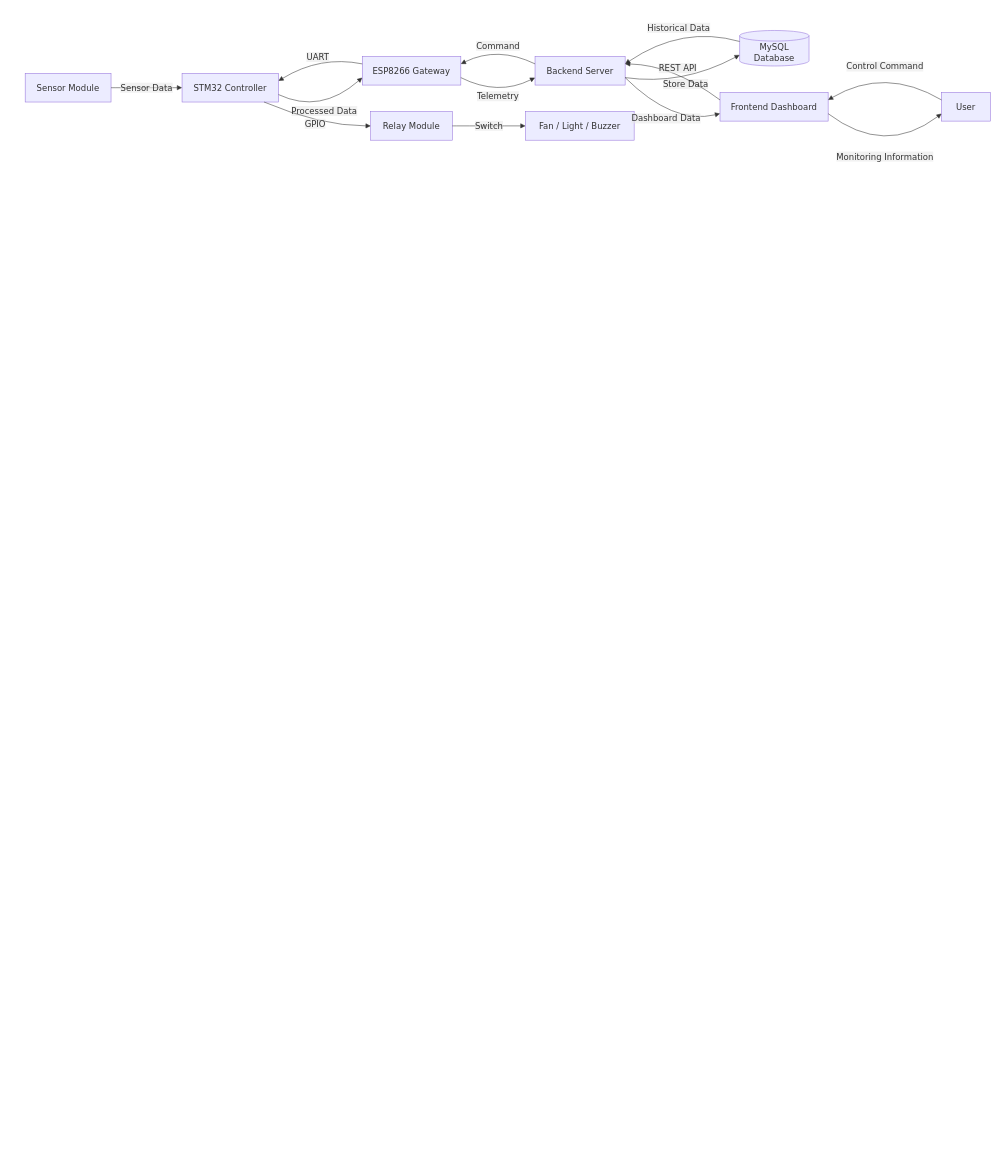
The draw.io diagram docs/architecture/data-flow.drawio in jostran1406/Phase_2_Group_11, before the edit. Source tidied: cells renumbered, new cells numbered last; positions are measured from the earlier drawing's top-left corner, leaving out a move shared by most shapes. Both pictures are drawn from the tidied source at 53%, with x=0, y=0 at pixel (9, 9).
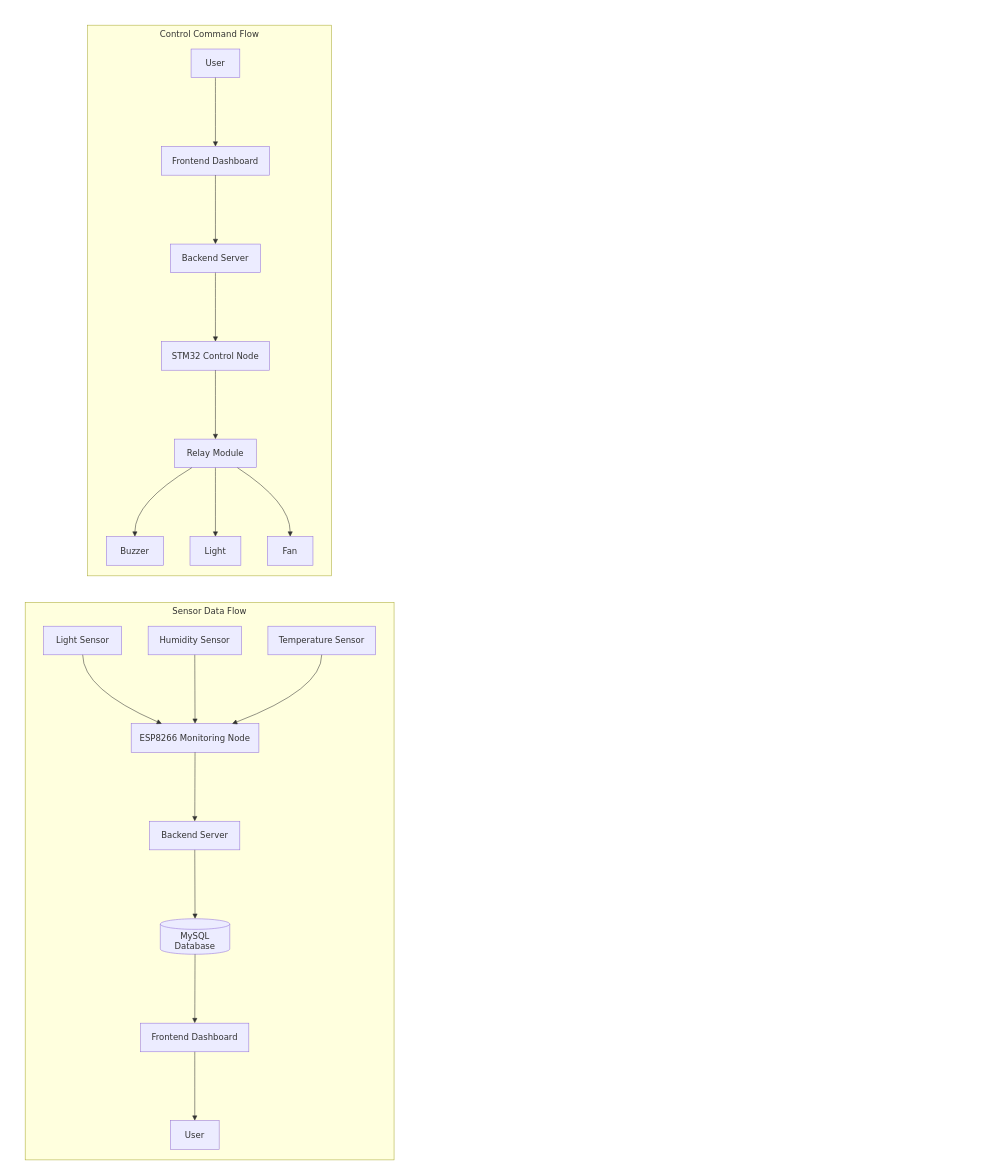
Above is the later version.

Commit message (it also covers changes not shown here):
Refactor SP1_08: update architecture, communication, data flow and sequence diagrams

The change refers to these unchanged cells:
```xml
<mxCell id="2" style="group;transparentBounds=1;editIcon=1;lockedGroup=0;groupPadding=10;" parent="1" vertex="1">
  <mxGeometry as="geometry" />
</mxCell>
```

What changed in the source:
```diff
@@
-    <mxCell id="3" value="Sensor Module" style="html=1;whiteSpace=wrap;strokeWidth=1;fillColor=light-dark(#ECECFF,#1f2020);strokeColor=light-dark(#9370DB,#cccccc);fontColor=light-dark(#333333,#cccccc);fontFamily=Trebuchet MS,Verdana,Arial,sans-serif;fontSize=16;" parent="2" vertex="1">
-      <mxGeometry x="30" y="121" width="162" height="54" as="geometry" />
-    </mxCell>
-    <mxCell id="4" value="STM32 Controller" style="html=1;whiteSpace=wrap;strokeWidth=1;fillColor=light-dark(#ECECFF,#1f2020);strokeColor=light-dark(#9370DB,#cccccc);fontColor=light-dark(#333333,#cccccc);fontFamily=Trebuchet MS,Verdana,Arial,sans-serif;fontSize=16;" parent="2" vertex="1">
-      <mxGeometry x="326" y="121" width="182" height="54" as="geometry" />
-    </mxCell>
-    <mxCell id="5" value="ESP8266 Gateway" style="html=1;whiteSpace=wrap;strokeWidth=1;fillColor=light-dark(#ECECFF,#1f2020);strokeColor=light-dark(#9370DB,#cccccc);fontColor=light-dark(#333333,#cccccc);fontFamily=Trebuchet MS,Verdana,Arial,sans-serif;fontSize=16;" parent="2" vertex="1">
-      <mxGeometry x="666" y="89" width="186" height="54" as="geometry" />
-    </mxCell>
-    <mxCell id="6" value="Backend Server" style="html=1;whiteSpace=wrap;strokeWidth=1;fillColor=light-dark(#ECECFF,#1f2020);strokeColor=light-dark(#9370DB,#cccccc);fontColor=light-dark(#333333,#cccccc);fontFamily=Trebuchet MS,Verdana,Arial,sans-serif;fontSize=16;" parent="2" vertex="1">
-      <mxGeometry x="992" y="89" width="170" height="54" as="geometry" />
-    </mxCell>
+    <mxCell id="25" value="Control Command Flow" style="html=1;whiteSpace=wrap;strokeWidth=1;verticalAlign=top;fillColor=light-dark(#ffffde,#1f2020);strokeColor=light-dark(#aaaa33,#cccccc);fontColor=light-dark(#333333,#cccccc);fontFamily=Trebuchet MS,Verdana,Arial,sans-serif;fontSize=16;" parent="2" vertex="1">
+      <mxGeometry x="148" y="30" width="460" height="1039" as="geometry" />
+    </mxCell>
+    <mxCell id="26" value="User" style="html=1;whiteSpace=wrap;strokeWidth=1;fillColor=light-dark(#ECECFF,#1f2020);strokeColor=light-dark(#9370DB,#cccccc);fontColor=light-dark(#333333,#cccccc);fontFamily=Trebuchet MS,Verdana,Arial,sans-serif;fontSize=16;" parent="25" vertex="1">
+      <mxGeometry x="195" y="45" width="92" height="54" as="geometry" />
+    </mxCell>
+    <mxCell id="27" value="Frontend Dashboard" style="html=1;whiteSpace=wrap;strokeWidth=1;fillColor=light-dark(#ECECFF,#1f2020);strokeColor=light-dark(#9370DB,#cccccc);fontColor=light-dark(#333333,#cccccc);fontFamily=Trebuchet MS,Verdana,Arial,sans-serif;fontSize=16;" parent="25" vertex="1">
+      <mxGeometry x="139" y="229" width="204" height="54" as="geometry" />
+    </mxCell>
+    <mxCell id="28" value="Backend Server" style="html=1;whiteSpace=wrap;strokeWidth=1;fillColor=light-dark(#ECECFF,#1f2020);strokeColor=light-dark(#9370DB,#cccccc);fontColor=light-dark(#333333,#cccccc);fontFamily=Trebuchet MS,Verdana,Arial,sans-serif;fontSize=16;" parent="25" vertex="1">
+      <mxGeometry x="156" y="413" width="170" height="54" as="geometry" />
+    </mxCell>
+    <mxCell id="29" value="STM32 Control Node" style="html=1;whiteSpace=wrap;strokeWidth=1;fillColor=light-dark(#ECECFF,#1f2020);strokeColor=light-dark(#9370DB,#cccccc);fontColor=light-dark(#333333,#cccccc);fontFamily=Trebuchet MS,Verdana,Arial,sans-serif;fontSize=16;" parent="25" vertex="1">
+      <mxGeometry x="139" y="597" width="204" height="54" as="geometry" />
+    </mxCell>
+    <mxCell id="10" value="Relay Module" style="html=1;whiteSpace=wrap;strokeWidth=1;fillColor=light-dark(#ECECFF,#1f2020);strokeColor=light-dark(#9370DB,#cccccc);fontColor=light-dark(#333333,#cccccc);fontFamily=Trebuchet MS,Verdana,Arial,sans-serif;fontSize=16;" parent="25" vertex="1">
+      <mxGeometry x="164" y="781" width="154" height="54" as="geometry" />
+    </mxCell>
+    <mxCell id="30" value="Fan" style="html=1;whiteSpace=wrap;strokeWidth=1;fillColor=light-dark(#ECECFF,#1f2020);strokeColor=light-dark(#9370DB,#cccccc);fontColor=light-dark(#333333,#cccccc);fontFamily=Trebuchet MS,Verdana,Arial,sans-serif;fontSize=16;" parent="25" vertex="1">
+      <mxGeometry x="339" y="965" width="86" height="54" as="geometry" />
+    </mxCell>
+    <mxCell id="31" value="Light" style="html=1;whiteSpace=wrap;strokeWidth=1;fillColor=light-dark(#ECECFF,#1f2020);strokeColor=light-dark(#9370DB,#cccccc);fontColor=light-dark(#333333,#cccccc);fontFamily=Trebuchet MS,Verdana,Arial,sans-serif;fontSize=16;" parent="25" vertex="1">
+      <mxGeometry x="193" y="965" width="96" height="54" as="geometry" />
+    </mxCell>
+    <mxCell id="32" value="Buzzer" style="html=1;whiteSpace=wrap;strokeWidth=1;fillColor=light-dark(#ECECFF,#1f2020);strokeColor=light-dark(#9370DB,#cccccc);fontColor=light-dark(#333333,#cccccc);fontFamily=Trebuchet MS,Verdana,Arial,sans-serif;fontSize=16;" parent="25" vertex="1">
+      <mxGeometry x="35" y="965" width="108" height="54" as="geometry" />
+    </mxCell>
+    <mxCell id="33" style="curved=1;startArrow=none;endArrow=block;endSize=7;strokeColor=light-dark(#333333,#cccccc);exitX=0.5;exitY=1;entryX=0.5;entryY=0;rounded=0;" parent="25" edge="1" source="26" target="27">
+      <mxGeometry relative="1" as="geometry" />
+    </mxCell>
+    <mxCell id="34" style="curved=1;startArrow=none;endArrow=block;endSize=7;strokeColor=light-dark(#333333,#cccccc);exitX=0.5;exitY=1;entryX=0.5;entryY=0;rounded=0;" parent="25" edge="1" source="27" target="28">
+      <mxGeometry relative="1" as="geometry" />
+    </mxCell>
+    <mxCell id="35" style="curved=1;startArrow=none;endArrow=block;endSize=7;strokeColor=light-dark(#333333,#cccccc);exitX=0.5;exitY=1;entryX=0.5;entryY=0;rounded=0;" parent="25" edge="1" source="28" target="29">
+      <mxGeometry relative="1" as="geometry" />
+    </mxCell>
+    <mxCell id="36" style="curved=1;startArrow=none;endArrow=block;endSize=7;strokeColor=light-dark(#333333,#cccccc);exitX=0.5;exitY=1;entryX=0.5;entryY=0;rounded=0;" parent="25" edge="1" source="29" target="10">
+      <mxGeometry relative="1" as="geometry" />
+    </mxCell>
+    <mxCell id="37" style="curved=1;startArrow=none;endArrow=block;endSize=7;strokeColor=light-dark(#333333,#cccccc);exitX=0.77;exitY=1;entryX=0.5;entryY=0;rounded=0;" parent="25" edge="1" source="10" target="30">
+      <mxGeometry relative="1" as="geometry">
+        <Array as="points">
+          <mxPoint x="382" y="900" />
+        </Array>
+      </mxGeometry>
+    </mxCell>
+    <mxCell id="38" style="curved=1;startArrow=none;endArrow=block;endSize=7;strokeColor=light-dark(#333333,#cccccc);exitX=0.5;exitY=1;entryX=0.5;entryY=0;rounded=0;" parent="25" edge="1" source="10" target="31">
+      <mxGeometry relative="1" as="geometry" />
+    </mxCell>
+    <mxCell id="39" style="curved=1;startArrow=none;endArrow=block;endSize=7;strokeColor=light-dark(#333333,#cccccc);exitX=0.21;exitY=1;entryX=0.5;entryY=0;rounded=0;" parent="25" edge="1" source="10" target="32">
+      <mxGeometry relative="1" as="geometry">
+        <Array as="points">
+          <mxPoint x="89" y="900" />
+        </Array>
+      </mxGeometry>
+    </mxCell>
+    <mxCell id="40" value="Sensor Data Flow" style="html=1;whiteSpace=wrap;strokeWidth=1;verticalAlign=top;fillColor=light-dark(#ffffde,#1f2020);strokeColor=light-dark(#aaaa33,#cccccc);fontColor=light-dark(#333333,#cccccc);fontFamily=Trebuchet MS,Verdana,Arial,sans-serif;fontSize=16;" parent="2" vertex="1">
+      <mxGeometry x="30" y="1119" width="696" height="1052" as="geometry" />
+    </mxCell>
+    <mxCell id="41" value="Temperature Sensor" style="html=1;whiteSpace=wrap;strokeWidth=1;fillColor=light-dark(#ECECFF,#1f2020);strokeColor=light-dark(#9370DB,#cccccc);fontColor=light-dark(#333333,#cccccc);fontFamily=Trebuchet MS,Verdana,Arial,sans-serif;fontSize=16;" parent="40" vertex="1">
+      <mxGeometry x="458" y="45" width="203" height="54" as="geometry" />
+    </mxCell>
+    <mxCell id="42" value="Humidity Sensor" style="html=1;whiteSpace=wrap;strokeWidth=1;fillColor=light-dark(#ECECFF,#1f2020);strokeColor=light-dark(#9370DB,#cccccc);fontColor=light-dark(#333333,#cccccc);fontFamily=Trebuchet MS,Verdana,Arial,sans-serif;fontSize=16;" parent="40" vertex="1">
+      <mxGeometry x="232" y="45" width="176" height="54" as="geometry" />
+    </mxCell>
+    <mxCell id="43" value="Light Sensor" style="html=1;whiteSpace=wrap;strokeWidth=1;fillColor=light-dark(#ECECFF,#1f2020);strokeColor=light-dark(#9370DB,#cccccc);fontColor=light-dark(#333333,#cccccc);fontFamily=Trebuchet MS,Verdana,Arial,sans-serif;fontSize=16;" parent="40" vertex="1">
+      <mxGeometry x="35" y="45" width="147" height="54" as="geometry" />
+    </mxCell>
+    <mxCell id="44" value="ESP8266 Monitoring Node" style="html=1;whiteSpace=wrap;strokeWidth=1;fillColor=light-dark(#ECECFF,#1f2020);strokeColor=light-dark(#9370DB,#cccccc);fontColor=light-dark(#333333,#cccccc);fontFamily=Trebuchet MS,Verdana,Arial,sans-serif;fontSize=16;" parent="40" vertex="1">
+      <mxGeometry x="200" y="229" width="241" height="54" as="geometry" />
+    </mxCell>
+    <mxCell id="45" value="Backend Server" style="html=1;whiteSpace=wrap;strokeWidth=1;fillColor=light-dark(#ECECFF,#1f2020);strokeColor=light-dark(#9370DB,#cccccc);fontColor=light-dark(#333333,#cccccc);fontFamily=Trebuchet MS,Verdana,Arial,sans-serif;fontSize=16;" parent="40" vertex="1">
+      <mxGeometry x="235" y="413" width="170" height="54" as="geometry" />
+    </mxCell>
-    <mxCell id="7" value="MySQL Database" style="html=1;shape=cylinder3;boundedLbl=1;backgroundOutline=1;size=10;strokeWidth=1;whiteSpace=wrap;fillColor=light-dark(#ECECFF,#1f2020);strokeColor=light-dark(#9370DB,#cccccc);fontColor=light-dark(#333333,#cccccc);fontFamily=Trebuchet MS,Verdana,Arial,sans-serif;fontSize=16;" parent="2" vertex="1">
-      <mxGeometry x="1378" y="40" width="131" height="67" as="geometry" />
+    <mxCell id="7" value="MySQL Database" style="html=1;shape=cylinder3;boundedLbl=1;backgroundOutline=1;size=10;strokeWidth=1;whiteSpace=wrap;fillColor=light-dark(#ECECFF,#1f2020);strokeColor=light-dark(#9370DB,#cccccc);fontColor=light-dark(#333333,#cccccc);fontFamily=Trebuchet MS,Verdana,Arial,sans-serif;fontSize=16;" parent="40" vertex="1">
+      <mxGeometry x="255" y="597" width="131" height="67" as="geometry" />
     </mxCell>
-    <mxCell id="8" value="Frontend Dashboard" style="html=1;whiteSpace=wrap;strokeWidth=1;fillColor=light-dark(#ECECFF,#1f2020);strokeColor=light-dark(#9370DB,#cccccc);fontColor=light-dark(#333333,#cccccc);fontFamily=Trebuchet MS,Verdana,Arial,sans-serif;fontSize=16;" parent="2" vertex="1">
-      <mxGeometry x="1341" y="157" width="204" height="54" as="geometry" />
-    </mxCell>
-    <mxCell id="9" value="User" style="html=1;whiteSpace=wrap;strokeWidth=1;fillColor=light-dark(#ECECFF,#1f2020);strokeColor=light-dark(#9370DB,#cccccc);fontColor=light-dark(#333333,#cccccc);fontFamily=Trebuchet MS,Verdana,Arial,sans-serif;fontSize=16;" parent="2" vertex="1">
-      <mxGeometry x="1759" y="157" width="92" height="54" as="geometry" />
-    </mxCell>
-    <mxCell id="10" value="Relay Module" style="html=1;whiteSpace=wrap;strokeWidth=1;fillColor=light-dark(#ECECFF,#1f2020);strokeColor=light-dark(#9370DB,#cccccc);fontColor=light-dark(#333333,#cccccc);fontFamily=Trebuchet MS,Verdana,Arial,sans-serif;fontSize=16;" parent="2" vertex="1">
-      <mxGeometry x="682" y="193" width="154" height="54" as="geometry" />
-    </mxCell>
-    <mxCell id="11" value="Fan / Light / Buzzer" style="html=1;whiteSpace=wrap;strokeWidth=1;fillColor=light-dark(#ECECFF,#1f2020);strokeColor=light-dark(#9370DB,#cccccc);fontColor=light-dark(#333333,#cccccc);fontFamily=Trebuchet MS,Verdana,Arial,sans-serif;fontSize=16;" parent="2" vertex="1">
-      <mxGeometry x="974" y="193" width="205" height="54" as="geometry" />
-    </mxCell>
-    <mxCell id="12" value="Sensor Data" style="curved=1;startArrow=none;endArrow=block;endSize=7;strokeColor=light-dark(#333333,#cccccc);html=1;fontSize=16;labelBackgroundColor=light-dark(#E8E8E88D,#2a2a2a8D);fontFamily=Trebuchet MS,Verdana,Arial,sans-serif;fontColor=light-dark(#333333,#cccccc);exitX=1;exitY=0.5;entryX=0;entryY=0.5;rounded=0;" parent="2" edge="1" source="3" target="4">
-      <mxGeometry relative="1" as="geometry" />
-    </mxCell>
-    <mxCell id="13" value="Processed Data" style="curved=1;startArrow=none;endArrow=block;endSize=7;strokeColor=light-dark(#333333,#cccccc);html=1;fontSize=16;labelBackgroundColor=light-dark(#E8E8E88D,#2a2a2a8D);fontFamily=Trebuchet MS,Verdana,Arial,sans-serif;fontColor=light-dark(#333333,#cccccc);exitX=1;exitY=0.74;entryX=0;entryY=0.74;rounded=0;" parent="2" edge="1" source="4" target="5">
-      <mxGeometry relative="1" as="geometry">
-        <Array as="points">
-          <mxPoint x="587" y="198" />
-        </Array>
-      </mxGeometry>
-    </mxCell>
-    <mxCell id="14" value="Telemetry" style="curved=1;startArrow=none;endArrow=block;endSize=7;strokeColor=light-dark(#333333,#cccccc);html=1;fontSize=16;labelBackgroundColor=light-dark(#E8E8E88D,#2a2a2a8D);fontFamily=Trebuchet MS,Verdana,Arial,sans-serif;fontColor=light-dark(#333333,#cccccc);exitX=1;exitY=0.74;entryX=0;entryY=0.74;rounded=0;" parent="2" edge="1" source="5" target="6">
-      <mxGeometry relative="1" as="geometry">
-        <Array as="points">
-          <mxPoint x="922" y="164" />
-        </Array>
-      </mxGeometry>
-    </mxCell>
-    <mxCell id="15" value="Store Data" style="curved=1;startArrow=none;endArrow=block;endSize=7;strokeColor=light-dark(#333333,#cccccc);html=1;fontSize=16;labelBackgroundColor=light-dark(#E8E8E88D,#2a2a2a8D);fontFamily=Trebuchet MS,Verdana,Arial,sans-serif;fontColor=light-dark(#333333,#cccccc);exitX=1;exitY=0.74;entryX=0;entryY=0.69;rounded=0;" parent="2" edge="1" source="6" target="7">
-      <mxGeometry relative="1" as="geometry">
-        <Array as="points">
-          <mxPoint x="1270" y="144" />
-        </Array>
-      </mxGeometry>
-    </mxCell>
-    <mxCell id="16" value="Historical Data" style="curved=1;startArrow=none;endArrow=block;endSize=7;strokeColor=light-dark(#333333,#cccccc);html=1;fontSize=16;labelBackgroundColor=light-dark(#E8E8E88D,#2a2a2a8D);fontFamily=Trebuchet MS,Verdana,Arial,sans-serif;fontColor=light-dark(#333333,#cccccc);exitX=0;exitY=0.31;entryX=1;entryY=0.26;rounded=0;" parent="2" edge="1" source="7" target="6">
-      <mxGeometry relative="1" as="geometry">
-        <Array as="points">
-          <mxPoint x="1270" y="30" />
-        </Array>
-      </mxGeometry>
-    </mxCell>
-    <mxCell id="17" value="Dashboard Data" style="curved=1;startArrow=none;endArrow=block;endSize=7;strokeColor=light-dark(#333333,#cccccc);html=1;fontSize=16;labelBackgroundColor=light-dark(#E8E8E88D,#2a2a2a8D);fontFamily=Trebuchet MS,Verdana,Arial,sans-serif;fontColor=light-dark(#333333,#cccccc);exitX=1;exitY=0.74;entryX=0;entryY=0.74;rounded=0;" parent="2" edge="1" source="6" target="8">
-      <mxGeometry relative="1" as="geometry">
-        <Array as="points">
-          <mxPoint x="1252" y="218" />
-        </Array>
-      </mxGeometry>
-    </mxCell>
-    <mxCell id="18" value="Monitoring Information" style="curved=1;startArrow=none;endArrow=block;endSize=7;strokeColor=light-dark(#333333,#cccccc);html=1;fontSize=16;labelBackgroundColor=light-dark(#E8E8E88D,#2a2a2a8D);fontFamily=Trebuchet MS,Verdana,Arial,sans-serif;fontColor=light-dark(#333333,#cccccc);exitX=1;exitY=0.74;entryX=0;entryY=0.74;rounded=0;" parent="2" edge="1" source="8" target="9">
-      <mxGeometry relative="1" as="geometry">
-        <Array as="points">
-          <mxPoint x="1652" y="278" />
-        </Array>
-      </mxGeometry>
-    </mxCell>
-    <mxCell id="19" value="Control Command" style="curved=1;startArrow=none;endArrow=block;endSize=7;strokeColor=light-dark(#333333,#cccccc);html=1;fontSize=16;labelBackgroundColor=light-dark(#E8E8E88D,#2a2a2a8D);fontFamily=Trebuchet MS,Verdana,Arial,sans-serif;fontColor=light-dark(#333333,#cccccc);exitX=0;exitY=0.26;entryX=1;entryY=0.26;rounded=0;" parent="2" edge="1" source="9" target="8">
-      <mxGeometry relative="1" as="geometry">
-        <Array as="points">
-          <mxPoint x="1652" y="108" />
-        </Array>
-      </mxGeometry>
-    </mxCell>
-    <mxCell id="20" value="REST API" style="curved=1;startArrow=none;endArrow=block;endSize=7;strokeColor=light-dark(#333333,#cccccc);html=1;fontSize=16;labelBackgroundColor=light-dark(#E8E8E88D,#2a2a2a8D);fontFamily=Trebuchet MS,Verdana,Arial,sans-serif;fontColor=light-dark(#333333,#cccccc);exitX=0;exitY=0.26;entryX=1;entryY=0.26;rounded=0;" parent="2" edge="1" source="8" target="6">
-      <mxGeometry relative="1" as="geometry">
-        <Array as="points">
-          <mxPoint x="1252" y="105" />
-        </Array>
-      </mxGeometry>
-    </mxCell>
-    <mxCell id="21" value="Command" style="curved=1;startArrow=none;endArrow=block;endSize=7;strokeColor=light-dark(#333333,#cccccc);html=1;fontSize=16;labelBackgroundColor=light-dark(#E8E8E88D,#2a2a2a8D);fontFamily=Trebuchet MS,Verdana,Arial,sans-serif;fontColor=light-dark(#333333,#cccccc);exitX=0;exitY=0.26;entryX=1;entryY=0.26;rounded=0;" parent="2" edge="1" source="6" target="5">
-      <mxGeometry relative="1" as="geometry">
-        <Array as="points">
-          <mxPoint x="922" y="69" />
-        </Array>
-      </mxGeometry>
-    </mxCell>
-    <mxCell id="22" value="UART" style="curved=1;startArrow=none;endArrow=block;endSize=7;strokeColor=light-dark(#333333,#cccccc);html=1;fontSize=16;labelBackgroundColor=light-dark(#E8E8E88D,#2a2a2a8D);fontFamily=Trebuchet MS,Verdana,Arial,sans-serif;fontColor=light-dark(#333333,#cccccc);exitX=0;exitY=0.26;entryX=1;entryY=0.26;rounded=0;" parent="2" edge="1" source="5" target="4">
-      <mxGeometry relative="1" as="geometry">
-        <Array as="points">
-          <mxPoint x="587" y="87" />
-        </Array>
-      </mxGeometry>
-    </mxCell>
-    <mxCell id="23" value="GPIO" style="curved=1;startArrow=none;endArrow=block;endSize=7;strokeColor=light-dark(#333333,#cccccc);html=1;fontSize=16;labelBackgroundColor=light-dark(#E8E8E88D,#2a2a2a8D);fontFamily=Trebuchet MS,Verdana,Arial,sans-serif;fontColor=light-dark(#333333,#cccccc);exitX=0.85;exitY=1;entryX=0;entryY=0.5;rounded=0;" parent="2" edge="1" source="4" target="10">
-      <mxGeometry relative="1" as="geometry">
-        <Array as="points">
-          <mxPoint x="587" y="220" />
-        </Array>
-      </mxGeometry>
-    </mxCell>
-    <mxCell id="24" value="Switch" style="curved=1;startArrow=none;endArrow=block;endSize=7;strokeColor=light-dark(#333333,#cccccc);html=1;fontSize=16;labelBackgroundColor=light-dark(#E8E8E88D,#2a2a2a8D);fontFamily=Trebuchet MS,Verdana,Arial,sans-serif;fontColor=light-dark(#333333,#cccccc);exitX=1;exitY=0.5;entryX=0;entryY=0.5;rounded=0;" parent="2" edge="1" source="10" target="11">
-      <mxGeometry relative="1" as="geometry" />
-    </mxCell>
+    <mxCell id="46" value="Frontend Dashboard" style="html=1;whiteSpace=wrap;strokeWidth=1;fillColor=light-dark(#ECECFF,#1f2020);strokeColor=light-dark(#9370DB,#cccccc);fontColor=light-dark(#333333,#cccccc);fontFamily=Trebuchet MS,Verdana,Arial,sans-serif;fontSize=16;" parent="40" vertex="1">
+      <mxGeometry x="218" y="794" width="204" height="54" as="geometry" />
+    </mxCell>
+    <mxCell id="47" value="User" style="html=1;whiteSpace=wrap;strokeWidth=1;fillColor=light-dark(#ECECFF,#1f2020);strokeColor=light-dark(#9370DB,#cccccc);fontColor=light-dark(#333333,#cccccc);fontFamily=Trebuchet MS,Verdana,Arial,sans-serif;fontSize=16;" parent="40" vertex="1">
+      <mxGeometry x="274" y="978" width="92" height="54" as="geometry" />
+    </mxCell>
+    <mxCell id="48" style="curved=1;startArrow=none;endArrow=block;endSize=7;strokeColor=light-dark(#333333,#cccccc);exitX=0.5;exitY=1;entryX=0.79;entryY=0;rounded=0;" parent="40" edge="1" source="41" target="44">
+      <mxGeometry relative="1" as="geometry">
+        <Array as="points">
+          <mxPoint x="560" y="164" />
+        </Array>
+      </mxGeometry>
+    </mxCell>
+    <mxCell id="49" style="curved=1;startArrow=none;endArrow=block;endSize=7;strokeColor=light-dark(#333333,#cccccc);exitX=0.5;exitY=1;entryX=0.5;entryY=0;rounded=0;" parent="40" edge="1" source="42" target="44">
+      <mxGeometry relative="1" as="geometry" />
+    </mxCell>
+    <mxCell id="50" style="curved=1;startArrow=none;endArrow=block;endSize=7;strokeColor=light-dark(#333333,#cccccc);exitX=0.5;exitY=1;entryX=0.24;entryY=0;rounded=0;" parent="40" edge="1" source="43" target="44">
+      <mxGeometry relative="1" as="geometry">
+        <Array as="points">
+          <mxPoint x="109" y="164" />
+        </Array>
+      </mxGeometry>
+    </mxCell>
+    <mxCell id="51" style="curved=1;startArrow=none;endArrow=block;endSize=7;strokeColor=light-dark(#333333,#cccccc);exitX=0.5;exitY=1;entryX=0.5;entryY=0;rounded=0;" parent="40" edge="1" source="44" target="45">
+      <mxGeometry relative="1" as="geometry" />
+    </mxCell>
+    <mxCell id="52" style="curved=1;startArrow=none;endArrow=block;endSize=7;strokeColor=light-dark(#333333,#cccccc);exitX=0.5;exitY=1;entryX=0.5;entryY=0;rounded=0;" parent="40" edge="1" source="45" target="7">
+      <mxGeometry relative="1" as="geometry" />
+    </mxCell>
+    <mxCell id="53" style="curved=1;startArrow=none;endArrow=block;endSize=7;strokeColor=light-dark(#333333,#cccccc);exitX=0.5;exitY=1;entryX=0.5;entryY=0;rounded=0;" parent="40" edge="1" source="7" target="46">
+      <mxGeometry relative="1" as="geometry" />
+    </mxCell>
+    <mxCell id="54" style="curved=1;startArrow=none;endArrow=block;endSize=7;strokeColor=light-dark(#333333,#cccccc);exitX=0.5;exitY=1;entryX=0.5;entryY=0;rounded=0;" parent="40" edge="1" source="46" target="47">
+      <mxGeometry relative="1" as="geometry" />
+    </mxCell>
```
